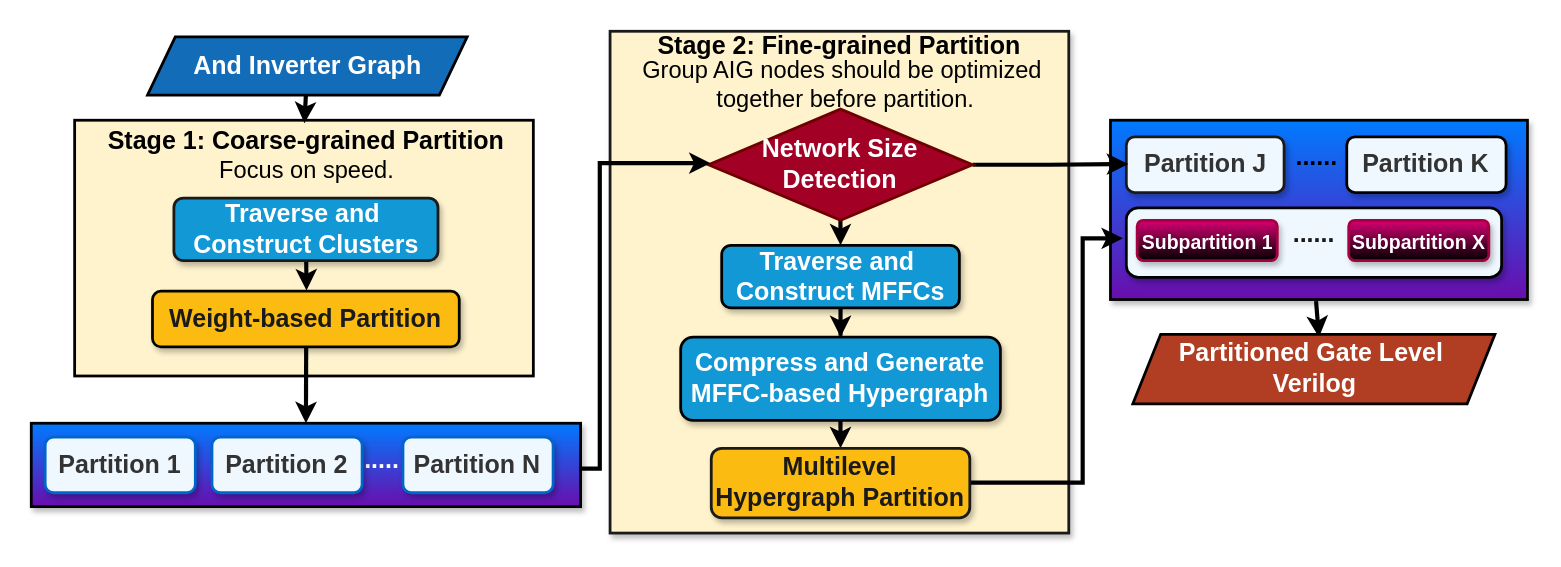
Before: PartitionFlow.drawio in kxzhu0505/LogicSynOpt, a draw.io diagram. Source tidied: cells renumbered, new cells numbered last; positions are measured from the earlier drawing's top-left corner, leaving out a move shared by most shapes. Both pictures are drawn from the tidied source at 139%, with x=0, y=0 at pixel (31, 25).
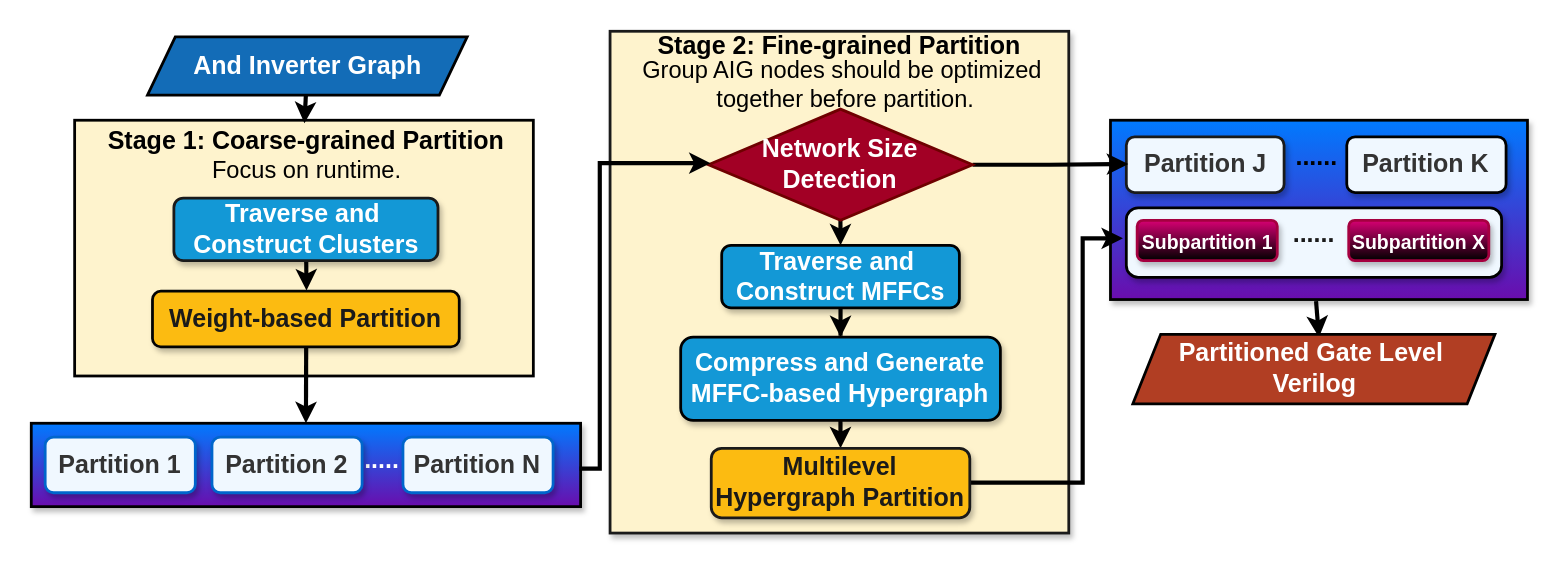
The same page after the edit.

Change to the diagram source:
```diff
@@
-    <mxCell id="35" value="&lt;font style=&quot;font-size: 17px;&quot;&gt;Focus on speed.&lt;/font&gt;" style="text;html=1;align=center;verticalAlign=middle;whiteSpace=wrap;rounded=0;" parent="1" vertex="1">
+    <mxCell id="35" value="&lt;font style=&quot;font-size: 17px;&quot;&gt;Focus on runtime.&lt;/font&gt;" style="text;html=1;align=center;verticalAlign=middle;whiteSpace=wrap;rounded=0;" parent="1" vertex="1">
       <mxGeometry x="66.3" y="90" width="264.6" height="30" as="geometry" />
     </mxCell>
```
